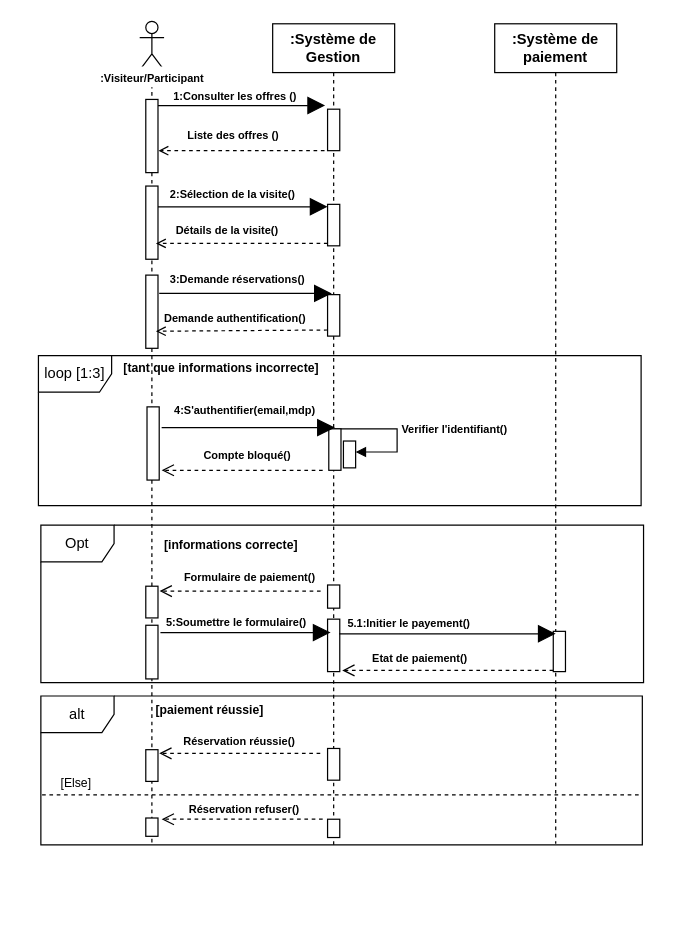
Above: Diagramme sans nom.drawio in louis-fresnel99/TpGasaL1 (draw.io), before the change. Source tidied: cells renumbered, new cells numbered last; positions are measured from the earlier drawing's top-left corner, leaving out a move shared by most shapes. Both pictures are drawn from the tidied source at 122%, with x=0, y=0 at pixel (38, 21).
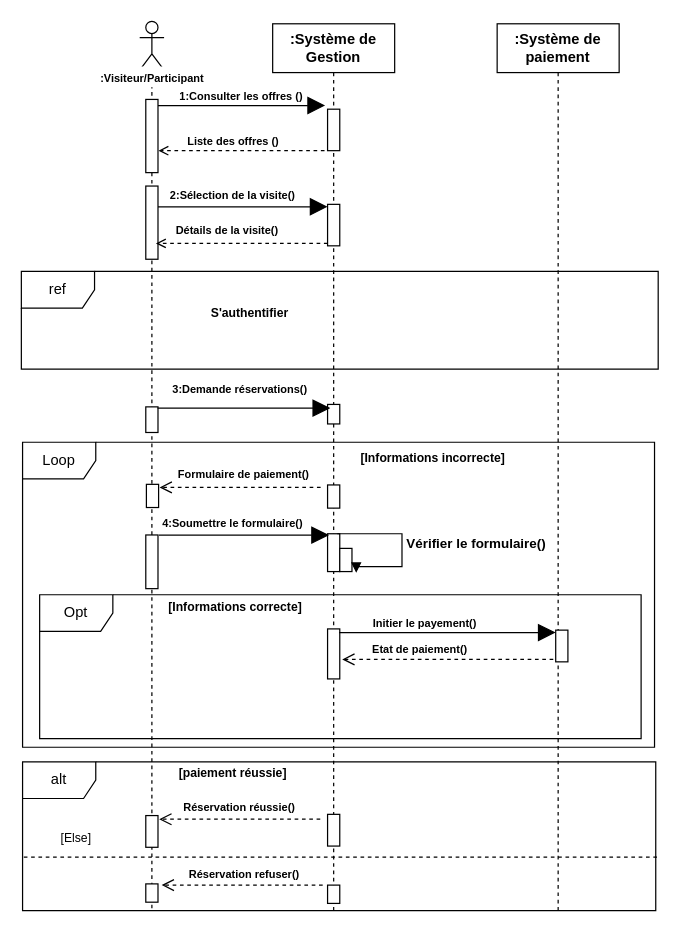
The same diagram, later.

Commit message (it also covers changes not shown here):
Mettre à jour Diagramme sans nom.drawio

The edit, as a diff of the source:
```diff
@@
     <mxCell id="2" value="&lt;b&gt;:Système de Gestion&lt;/b&gt;" style="shape=umlLifeline;perimeter=lifelinePerimeter;whiteSpace=wrap;html=1;newEdgeStyle={&quot;edgeStyle&quot;:&quot;elbowEdgeStyle&quot;,&quot;elbow&quot;:&quot;vertical&quot;,&quot;curved&quot;:0,&quot;rounded&quot;:0};fillColor=light-dark(#FFFFFF, #ffffff);strokeColor=light-dark(#000000,#000000);labelBackgroundColor=none;fontColor=light-dark(#000000,#000000);" parent="1" vertex="1">
-      <mxGeometry x="192" y="2" width="100" height="674" as="geometry" />
+      <mxGeometry x="192" y="2" width="100" height="728" as="geometry" />
     </mxCell>
@@
     <mxCell id="5" style="html=1;points=[[0,0,0,0,5],[0,1,0,0,-5],[1,0,0,0,5],[1,1,0,0,-5]];perimeter=orthogonalPerimeter;outlineConnect=0;targetShapes=umlLifeline;portConstraint=eastwest;newEdgeStyle={&quot;curved&quot;:0,&quot;rounded&quot;:0};fillColor=light-dark(#FFFFFF,#FFFFFF);strokeColor=light-dark(#000000,#000000);" parent="2" vertex="1">
-      <mxGeometry x="45" y="222" width="10" height="34" as="geometry" />
+      <mxGeometry x="45" y="378" width="10" height="19" as="geometry" />
     </mxCell>
-    <mxCell id="6" style="html=1;perimeter=orthogonalPerimeter;targetShapes=umlLifeline;newEdgeStyle={&quot;curved&quot;:0,&quot;rounded&quot;:0};fillColor=light-dark(#FFFFFF,#FFFFFF);strokeColor=light-dark(#000000,#000000);" parent="2" vertex="1">
-      <mxGeometry x="45" y="460" width="10" height="19" as="geometry" />
-    </mxCell>
     <mxCell id="7" style="html=1;perimeter=orthogonalPerimeter;targetShapes=umlLifeline;newEdgeStyle={&quot;curved&quot;:0,&quot;rounded&quot;:0};fillColor=light-dark(#FFFFFF,#FFFFFF);strokeColor=light-dark(#000000,#000000);" parent="2" vertex="1">
-      <mxGeometry x="45" y="488" width="10" height="43" as="geometry" />
+      <mxGeometry x="45" y="418" width="10" height="31" as="geometry" />
     </mxCell>
-    <mxCell id="8" style="html=1;perimeter=orthogonalPerimeter;targetShapes=umlLifeline;newEdgeStyle={&quot;curved&quot;:0,&quot;rounded&quot;:0};" parent="2" vertex="1">
-      <mxGeometry x="58" y="342" width="10" height="22" as="geometry" />
-    </mxCell>
-    <mxCell id="9" value="&lt;font style=&quot;font-size: 9px;&quot;&gt;&lt;b&gt;Verifier l'identifiant()&lt;/b&gt;&lt;/font&gt;" style="html=1;align=left;spacingLeft=2;endArrow=block;rounded=0;edgeStyle=orthogonalEdgeStyle;curved=0;rounded=0;" parent="2" edge="1">
-      <mxGeometry relative="1" as="geometry">
-        <mxPoint x="50.1" y="332" as="sourcePoint" />
-        <mxPoint x="68" y="351" as="targetPoint" />
-        <Array as="points">
-          <mxPoint x="102" y="332" />
-          <mxPoint x="102" y="351" />
-        </Array>
-      </mxGeometry>
-    </mxCell>
     <mxCell id="10" style="html=1;perimeter=orthogonalPerimeter;targetShapes=umlLifeline;newEdgeStyle={&quot;curved&quot;:0,&quot;rounded&quot;:0};fillColor=light-dark(#FFFFFF,#FFFFFF);strokeColor=light-dark(#000000,#000000);" parent="2" vertex="1">
-      <mxGeometry x="45" y="594" width="10" height="26" as="geometry" />
+      <mxGeometry x="45" y="648" width="10" height="26" as="geometry" />
     </mxCell>
     <mxCell id="11" style="html=1;perimeter=orthogonalPerimeter;targetShapes=umlLifeline;newEdgeStyle={&quot;curved&quot;:0,&quot;rounded&quot;:0};fillColor=light-dark(#FFFFFF,#FFFFFF);strokeColor=light-dark(#000000,#000000);" parent="2" vertex="1">
-      <mxGeometry x="45" y="652" width="10" height="15" as="geometry" />
+      <mxGeometry x="45" y="706" width="10" height="15" as="geometry" />
     </mxCell>
-    <mxCell id="12" value="Opt" style="shape=umlFrame;whiteSpace=wrap;html=1;labelBorderColor=none;fillColor=light-dark(#FFFFFF,#FFFFFF);fontColor=light-dark(#000000,#000000);strokeColor=light-dark(#000000,#000000);" parent="1" vertex="1">
-      <mxGeometry x="2" y="413" width="494" height="129" as="geometry" />
-    </mxCell>
+    <mxCell id="6" style="html=1;perimeter=orthogonalPerimeter;targetShapes=umlLifeline;newEdgeStyle={&quot;curved&quot;:0,&quot;rounded&quot;:0};fillColor=light-dark(#FFFFFF,#FFFFFF);strokeColor=light-dark(#000000,#000000);" parent="2" vertex="1">
+      <mxGeometry x="55" y="430" width="10" height="19" as="geometry" />
+    </mxCell>
+    <mxCell id="17" style="html=1;perimeter=orthogonalPerimeter;targetShapes=umlLifeline;newEdgeStyle={&quot;curved&quot;:0,&quot;rounded&quot;:0};fillColor=light-dark(#FFFFFF,#FFFFFF);strokeColor=light-dark(#000000,#000000);" parent="2" vertex="1">
+      <mxGeometry x="45" y="496" width="10" height="41" as="geometry" />
+    </mxCell>
+    <mxCell id="61" style="html=1;perimeter=orthogonalPerimeter;targetShapes=umlLifeline;newEdgeStyle={&quot;curved&quot;:0,&quot;rounded&quot;:0};fillColor=light-dark(#FFFFFF,#FFFFFF);strokeColor=light-dark(#000000,#000000);" parent="2" vertex="1">
+      <mxGeometry x="45" y="312" width="10" height="16" as="geometry" />
+    </mxCell>
     <mxCell id="13" style="shape=umlLifeline;perimeter=lifelinePerimeter;whiteSpace=wrap;html=1;newEdgeStyle={&quot;curved&quot;:0,&quot;rounded&quot;:0};participant=umlActor;fillColor=light-dark(#FFFFFF,#000000);strokeColor=light-dark(#000000,#000000);" parent="1" vertex="1">
-      <mxGeometry x="83" width="20" height="674" as="geometry" />
+      <mxGeometry x="83" width="20" height="729" as="geometry" />
     </mxCell>
@@
     <mxCell id="16" style="html=1;perimeter=orthogonalPerimeter;targetShapes=umlLifeline;newEdgeStyle={&quot;curved&quot;:0,&quot;rounded&quot;:0};fillColor=light-dark(#FFFFFF,#FFFFFF);strokeColor=light-dark(#000000,#000000);" parent="13" vertex="1">
-      <mxGeometry x="5" y="208" width="10" height="60" as="geometry" />
+      <mxGeometry x="5" y="316" width="10" height="21" as="geometry" />
     </mxCell>
-    <mxCell id="17" style="html=1;perimeter=orthogonalPerimeter;targetShapes=umlLifeline;newEdgeStyle={&quot;curved&quot;:0,&quot;rounded&quot;:0};fillColor=light-dark(#FFFFFF,#FFFFFF);strokeColor=light-dark(#000000,#000000);" parent="13" vertex="1">
-      <mxGeometry x="5" y="463" width="10" height="26" as="geometry" />
-    </mxCell>
     <mxCell id="18" style="html=1;perimeter=orthogonalPerimeter;targetShapes=umlLifeline;newEdgeStyle={&quot;curved&quot;:0,&quot;rounded&quot;:0};fillColor=light-dark(#FFFFFF,#FFFFFF);strokeColor=light-dark(#000000,#000000);" parent="13" vertex="1">
-      <mxGeometry x="5" y="495" width="10" height="44" as="geometry" />
+      <mxGeometry x="5" y="421" width="10" height="44" as="geometry" />
     </mxCell>
     <mxCell id="19" style="html=1;perimeter=orthogonalPerimeter;targetShapes=umlLifeline;newEdgeStyle={&quot;curved&quot;:0,&quot;rounded&quot;:0};fillColor=light-dark(#FFFFFF,#FFFFFF);strokeColor=light-dark(#000000,#000000);" parent="13" vertex="1">
-      <mxGeometry x="5" y="597" width="10" height="26" as="geometry" />
+      <mxGeometry x="5" y="651" width="10" height="26" as="geometry" />
     </mxCell>
@@
     <mxCell id="21" value="&lt;b&gt;:Système de paiement&lt;/b&gt;" style="shape=umlLifeline;perimeter=lifelinePerimeter;whiteSpace=wrap;html=1;newEdgeStyle={&quot;curved&quot;:0,&quot;rounded&quot;:0};fillColor=light-dark(#FFFFFF,#FFFFFF);fontColor=light-dark(#000000,#000000);strokeColor=light-dark(#000000,#000000);" parent="1" vertex="1">
-      <mxGeometry x="374" y="2" width="100" height="672" as="geometry" />
+      <mxGeometry x="376" y="2" width="100" height="727" as="geometry" />
     </mxCell>
     <mxCell id="22" style="html=1;perimeter=orthogonalPerimeter;targetShapes=umlLifeline;newEdgeStyle={&quot;curved&quot;:0,&quot;rounded&quot;:0};fillColor=light-dark(#FFFFFF,#FFFFFF);strokeColor=light-dark(#000000,#000000);" parent="21" vertex="1">
-      <mxGeometry x="48" y="498" width="10" height="33" as="geometry" />
+      <mxGeometry x="48" y="497" width="10" height="26" as="geometry" />
     </mxCell>
     <mxCell id="23" value="&lt;font style=&quot;color: light-dark(rgb(0, 0, 0), rgb(0, 0, 0)); font-size: 9px;&quot;&gt;&lt;b style=&quot;&quot;&gt;1:Consulter les offres ()&lt;/b&gt;&lt;/font&gt;" style="text;html=1;align=center;verticalAlign=middle;whiteSpace=wrap;rounded=0;" parent="1" vertex="1">
-      <mxGeometry x="97" y="50" width="129" height="22" as="geometry" />
+      <mxGeometry x="102" y="50" width="129" height="22" as="geometry" />
     </mxCell>
@@
     <mxCell id="25" value="&lt;font style=&quot;color: light-dark(rgb(0, 0, 0), rgb(0, 0, 0)); font-size: 9px;&quot;&gt;&lt;b style=&quot;&quot;&gt;Liste des offres ()&lt;/b&gt;&lt;/font&gt;" style="text;html=1;align=center;verticalAlign=middle;whiteSpace=wrap;rounded=0;" parent="1" vertex="1">
-      <mxGeometry x="101" y="82" width="118" height="22" as="geometry" />
+      <mxGeometry x="101" y="87" width="118" height="22" as="geometry" />
     </mxCell>
@@
     <mxCell id="27" value="&lt;font style=&quot;color: light-dark(rgb(0, 0, 0), rgb(0, 0, 0)); font-size: 9px;&quot;&gt;&lt;b&gt;2:&lt;/b&gt;&lt;b style=&quot;&quot;&gt;Sélection de la visite()&lt;/b&gt;&lt;/font&gt;" style="text;html=1;align=center;verticalAlign=middle;whiteSpace=wrap;rounded=0;" parent="1" vertex="1">
-      <mxGeometry x="101.9" y="132" width="114.7" height="17" as="geometry" />
+      <mxGeometry x="101.9" y="133" width="114.7" height="17" as="geometry" />
     </mxCell>
@@
     <mxCell id="30" style="endArrow=block;endFill=1;endSize=12;html=1;rounded=0;strokeColor=light-dark(#000000,#000000);" parent="1" edge="1">
       <mxGeometry relative="1" as="geometry">
-        <mxPoint x="99" y="223" as="sourcePoint" />
-        <mxPoint x="240.5" y="223" as="targetPoint" />
+        <mxPoint x="97.7" y="317" as="sourcePoint" />
+        <mxPoint x="239.2" y="317" as="targetPoint" />
       </mxGeometry>
     </mxCell>
     <mxCell id="31" value="&lt;font style=&quot;color: light-dark(rgb(0, 0, 0), rgb(0, 0, 0)); font-size: 9px;&quot;&gt;&lt;b style=&quot;&quot;&gt;3:Demande réservations()&lt;/b&gt;&lt;/font&gt;" style="text;html=1;align=center;verticalAlign=middle;whiteSpace=wrap;rounded=0;" parent="1" vertex="1">
-      <mxGeometry x="99.3" y="202" width="129" height="18" as="geometry" />
+      <mxGeometry x="100.6" y="292" width="129" height="18" as="geometry" />
     </mxCell>
-    <mxCell id="32" style="endArrow=open;html=1;rounded=0;strokeColor=light-dark(#000000,#000000);dashed=1;strokeWidth=1;endFill=0;entryX=0;entryY=1;entryDx=0;entryDy=0;exitX=0;exitY=1;exitDx=0;exitDy=-5;exitPerimeter=0;" parent="1" edge="1" source="5" target="33">
-      <mxGeometry relative="1" as="geometry" />
-    </mxCell>
-    <mxCell id="33" value="&lt;font style=&quot;color: light-dark(rgb(0, 0, 0), rgb(0, 0, 0)); font-size: 9px;&quot;&gt;&lt;b style=&quot;&quot;&gt;Demande authentification()&lt;/b&gt;&lt;/font&gt;" style="text;html=1;align=center;verticalAlign=middle;whiteSpace=wrap;rounded=0;" parent="1" vertex="1">
-      <mxGeometry x="96.3" y="232" width="130.7" height="22" as="geometry" />
-    </mxCell>
-    <mxCell id="34" style="html=1;perimeter=orthogonalPerimeter;targetShapes=umlLifeline;newEdgeStyle={&quot;curved&quot;:0,&quot;rounded&quot;:0};fillColor=light-dark(#FFFFFF,#FFFFFF);strokeColor=light-dark(#000000,#000000);" parent="1" vertex="1">
-      <mxGeometry x="238" y="334" width="10" height="34" as="geometry" />
-    </mxCell>
-    <mxCell id="35" style="html=1;perimeter=orthogonalPerimeter;targetShapes=umlLifeline;newEdgeStyle={&quot;curved&quot;:0,&quot;rounded&quot;:0};fillColor=light-dark(#FFFFFF,#FFFFFF);strokeColor=light-dark(#000000,#000000);" parent="1" vertex="1">
-      <mxGeometry x="89" y="316" width="10" height="60" as="geometry" />
-    </mxCell>
-    <mxCell id="36" style="endArrow=block;endFill=1;endSize=12;html=1;rounded=0;strokeColor=light-dark(#000000,#000000);" parent="1" edge="1">
-      <mxGeometry relative="1" as="geometry">
-        <mxPoint x="101" y="333" as="sourcePoint" />
-        <mxPoint x="243" y="333" as="targetPoint" />
-      </mxGeometry>
-    </mxCell>
-    <mxCell id="37" value="&lt;b style=&quot;font-size: 10px;&quot;&gt;[informations correcte]&amp;nbsp;&lt;/b&gt;" style="text;html=1;align=center;verticalAlign=middle;whiteSpace=wrap;rounded=0;" parent="1" vertex="1">
-      <mxGeometry x="91.3" y="414" width="137" height="30" as="geometry" />
-    </mxCell>
     <mxCell id="38" value="&lt;font style=&quot;color: light-dark(rgb(0, 0, 0), rgb(0, 0, 0)); font-size: 9px;&quot;&gt;&lt;b&gt;Formulaire de paiement()&lt;/b&gt;&lt;/font&gt;" style="text;html=1;align=center;verticalAlign=middle;whiteSpace=wrap;rounded=0;" parent="1" vertex="1">
-      <mxGeometry x="115.9" y="446" width="115.1" height="17" as="geometry" />
+      <mxGeometry x="110.9" y="362" width="115.1" height="17" as="geometry" />
     </mxCell>
     <mxCell id="39" style="endArrow=block;endFill=1;endSize=12;html=1;rounded=0;strokeColor=light-dark(#000000,#000000);" parent="1" edge="1">
       <mxGeometry relative="1" as="geometry">
-        <mxPoint x="100" y="501" as="sourcePoint" />
-        <mxPoint x="239.5" y="501" as="targetPoint" />
+        <mxPoint x="98.7" y="421.1" as="sourcePoint" />
+        <mxPoint x="238.2" y="421.1" as="targetPoint" />
       </mxGeometry>
     </mxCell>
-    <mxCell id="40" value="&lt;font style=&quot;color: light-dark(rgb(0, 0, 0), rgb(0, 0, 0));&quot;&gt;&lt;b&gt;5:Soumettre le formulaire()&lt;/b&gt;&lt;/font&gt;" style="text;html=1;align=center;verticalAlign=middle;whiteSpace=wrap;rounded=0;fontSize=9;" parent="1" vertex="1">
-      <mxGeometry x="99.3" y="485" width="126.7" height="16" as="geometry" />
+    <mxCell id="40" value="&lt;font style=&quot;color: light-dark(rgb(0, 0, 0), rgb(0, 0, 0));&quot;&gt;&lt;b&gt;4:Soumettre le formulaire()&lt;/b&gt;&lt;/font&gt;" style="text;html=1;align=center;verticalAlign=middle;whiteSpace=wrap;rounded=0;fontSize=9;" parent="1" vertex="1">
+      <mxGeometry x="96.4" y="404" width="126.7" height="16" as="geometry" />
     </mxCell>
     <mxCell id="41" style="endArrow=block;endFill=1;endSize=12;html=1;rounded=0;strokeColor=light-dark(#000000,#000000);" parent="1" edge="1">
       <mxGeometry relative="1" as="geometry">
-        <mxPoint x="246.5" y="502" as="sourcePoint" />
-        <mxPoint x="424" y="502" as="targetPoint" />
+        <mxPoint x="246.5" y="501" as="sourcePoint" />
+        <mxPoint x="424" y="501" as="targetPoint" />
       </mxGeometry>
     </mxCell>
-    <mxCell id="42" value="&lt;font style=&quot;color: light-dark(rgb(0, 0, 0), rgb(0, 0, 0)); font-size: 9px;&quot;&gt;&lt;b&gt;5.1:Initier le payement()&lt;/b&gt;&lt;/font&gt;" style="text;html=1;align=center;verticalAlign=middle;whiteSpace=wrap;rounded=0;" parent="1" vertex="1">
-      <mxGeometry x="246.8" y="484" width="114" height="17" as="geometry" />
+    <mxCell id="42" value="&lt;font style=&quot;color: light-dark(rgb(0, 0, 0), rgb(0, 0, 0)); font-size: 9px;&quot;&gt;&lt;b&gt;Initier le payement()&lt;/b&gt;&lt;/font&gt;" style="text;html=1;align=center;verticalAlign=middle;whiteSpace=wrap;rounded=0;" parent="1" vertex="1">
+      <mxGeometry x="260" y="484" width="114" height="17" as="geometry" />
     </mxCell>
     <mxCell id="43" style="html=1;verticalAlign=bottom;endArrow=open;dashed=1;endSize=8;curved=0;rounded=0;strokeColor=light-dark(#000000,#000000);" parent="1" edge="1">
       <mxGeometry relative="1" as="geometry">
-        <mxPoint x="422" y="532" as="sourcePoint" />
-        <mxPoint x="249" y="532" as="targetPoint" />
+        <mxPoint x="422" y="523" as="sourcePoint" />
+        <mxPoint x="249" y="523" as="targetPoint" />
       </mxGeometry>
     </mxCell>
     <mxCell id="44" value="&lt;font style=&quot;color: light-dark(rgb(0, 0, 0), rgb(0, 0, 0)); font-size: 9px;&quot;&gt;&lt;b&gt;Etat de paiement()&lt;/b&gt;&lt;/font&gt;" style="text;html=1;align=center;verticalAlign=middle;whiteSpace=wrap;rounded=0;" parent="1" vertex="1">
-      <mxGeometry x="266.4" y="513" width="94.4" height="17" as="geometry" />
+      <mxGeometry x="266.4" y="505" width="94.4" height="17" as="geometry" />
     </mxCell>
@@
-    <mxCell id="46" value="&lt;font style=&quot;color: light-dark(rgb(0, 0, 0), rgb(0, 0, 0)); font-size: 9px;&quot;&gt;&lt;b style=&quot;&quot;&gt;4:S'authentifier(email,mdp)&lt;/b&gt;&lt;/font&gt;" style="text;html=1;align=center;verticalAlign=middle;whiteSpace=wrap;rounded=0;" parent="1" vertex="1">
-      <mxGeometry x="104.2" y="307" width="130.7" height="22" as="geometry" />
-    </mxCell>
     <mxCell id="47" value="alt" style="shape=umlFrame;whiteSpace=wrap;html=1;" parent="1" vertex="1">
-      <mxGeometry x="2" y="553" width="493" height="122" as="geometry" />
+      <mxGeometry x="-13" y="607" width="519" height="122" as="geometry" />
     </mxCell>
     <mxCell id="48" value="&lt;font style=&quot;color: light-dark(rgb(0, 0, 0), rgb(0, 0, 0)); font-size: 10px;&quot;&gt;&lt;b&gt;[paiement réussie]&amp;nbsp;&lt;/b&gt;&lt;/font&gt;" style="text;html=1;align=center;verticalAlign=middle;whiteSpace=wrap;rounded=0;" parent="1" vertex="1">
-      <mxGeometry x="81" y="549" width="122" height="30" as="geometry" />
+      <mxGeometry x="100" y="601" width="122" height="30" as="geometry" />
     </mxCell>
     <mxCell id="49" style="html=1;verticalAlign=bottom;endArrow=open;dashed=1;endSize=8;curved=0;rounded=0;strokeColor=light-dark(#000000,#000000);" parent="1" edge="1">
       <mxGeometry relative="1" as="geometry">
-        <mxPoint x="231" y="600" as="sourcePoint" />
-        <mxPoint x="99" y="600" as="targetPoint" />
+        <mxPoint x="231" y="654" as="sourcePoint" />
+        <mxPoint x="99" y="654" as="targetPoint" />
       </mxGeometry>
     </mxCell>
     <mxCell id="50" value="&lt;font style=&quot;color: light-dark(rgb(0, 0, 0), rgb(0, 0, 0)); font-size: 9px;&quot;&gt;&lt;b&gt;Réservation réussie()&lt;/b&gt;&lt;/font&gt;" style="text;html=1;align=center;verticalAlign=middle;whiteSpace=wrap;rounded=0;" parent="1" vertex="1">
-      <mxGeometry x="117.9" y="581" width="94.4" height="17" as="geometry" />
+      <mxGeometry x="117.9" y="635" width="94.4" height="17" as="geometry" />
     </mxCell>
     <mxCell id="51" style="line;strokeWidth=1;fillColor=none;align=left;verticalAlign=middle;spacingTop=-1;spacingLeft=3;spacingRight=3;labelPosition=right;strokeColor=light-dark(#000000,#000000);dashed=1;" parent="1" vertex="1">
-      <mxGeometry x="3" y="630" width="490" height="8" as="geometry" />
+      <mxGeometry x="-12" y="681" width="519" height="8" as="geometry" />
     </mxCell>
     <mxCell id="52" value="&lt;font style=&quot;color: light-dark(rgb(0, 0, 0), rgb(0, 0, 0)); font-size: 10px;&quot;&gt;[Else]&amp;nbsp;&lt;/font&gt;" style="text;html=1;align=center;verticalAlign=middle;whiteSpace=wrap;rounded=0;" parent="1" vertex="1">
-      <mxGeometry x="9" y="614" width="47" height="19" as="geometry" />
+      <mxGeometry x="9" y="659" width="47" height="19" as="geometry" />
     </mxCell>
     <mxCell id="53" style="html=1;verticalAlign=bottom;endArrow=open;dashed=1;endSize=8;curved=0;rounded=0;strokeColor=light-dark(#000000,#000000);" parent="1" edge="1">
       <mxGeometry relative="1" as="geometry">
-        <mxPoint x="233" y="654" as="sourcePoint" />
-        <mxPoint x="101" y="654" as="targetPoint" />
+        <mxPoint x="233" y="708" as="sourcePoint" />
+        <mxPoint x="101" y="708" as="targetPoint" />
       </mxGeometry>
     </mxCell>
     <mxCell id="54" value="&lt;font style=&quot;color: light-dark(rgb(0, 0, 0), rgb(0, 0, 0)); font-size: 9px;&quot;&gt;&lt;b&gt;Réservation refuser()&lt;/b&gt;&lt;/font&gt;" style="text;html=1;align=center;verticalAlign=middle;whiteSpace=wrap;rounded=0;" parent="1" vertex="1">
-      <mxGeometry x="115.9" y="636" width="106.1" height="17" as="geometry" />
+      <mxGeometry x="115.9" y="690" width="106.1" height="17" as="geometry" />
     </mxCell>
     <mxCell id="55" style="html=1;perimeter=orthogonalPerimeter;targetShapes=umlLifeline;newEdgeStyle={&quot;curved&quot;:0,&quot;rounded&quot;:0};fillColor=light-dark(#FFFFFF,#FFFFFF);strokeColor=light-dark(#000000,#000000);" parent="1" vertex="1">
-      <mxGeometry x="88" y="653" width="10" height="15" as="geometry" />
+      <mxGeometry x="88" y="707" width="10" height="15" as="geometry" />
     </mxCell>
-    <mxCell id="56" value="loop [1:3]" style="shape=umlFrame;whiteSpace=wrap;html=1;" parent="1" vertex="1">
-      <mxGeometry y="274" width="494" height="123" as="geometry" />
+    <mxCell id="56" value="ref" style="shape=umlFrame;whiteSpace=wrap;html=1;" parent="1" vertex="1">
+      <mxGeometry x="-14" y="205" width="522" height="80" as="geometry" />
     </mxCell>
-    <mxCell id="57" value="&lt;font style=&quot;color: light-dark(rgb(0, 0, 0), rgb(0, 0, 0)); font-size: 10px;&quot;&gt;&lt;b&gt;[tant que informations incorrecte]&amp;nbsp;&lt;/b&gt;&lt;/font&gt;" style="text;html=1;align=center;verticalAlign=middle;whiteSpace=wrap;rounded=0;" parent="1" vertex="1">
-      <mxGeometry x="54.7" y="269" width="193" height="30" as="geometry" />
-    </mxCell>
-    <mxCell id="58" style="html=1;verticalAlign=bottom;endArrow=open;dashed=1;endSize=8;curved=0;rounded=0;strokeColor=light-dark(#000000,#000000);" parent="1" edge="1">
-      <mxGeometry relative="1" as="geometry">
-        <mxPoint x="233" y="368" as="sourcePoint" />
-        <mxPoint x="101" y="368" as="targetPoint" />
-      </mxGeometry>
-    </mxCell>
     <mxCell id="59" style="html=1;verticalAlign=bottom;endArrow=open;dashed=1;endSize=8;curved=0;rounded=0;strokeColor=light-dark(#000000,#000000);" parent="1" edge="1">
       <mxGeometry relative="1" as="geometry">
-        <mxPoint x="231.3" y="467" as="sourcePoint" />
-        <mxPoint x="99.3" y="467" as="targetPoint" />
+        <mxPoint x="231.3" y="382" as="sourcePoint" />
+        <mxPoint x="99.3" y="382" as="targetPoint" />
       </mxGeometry>
     </mxCell>
-    <mxCell id="60" value="&lt;font style=&quot;color: light-dark(rgb(0, 0, 0), rgb(0, 0, 0)); font-size: 9px;&quot;&gt;&lt;b&gt;Compte bloqué()&lt;/b&gt;&lt;/font&gt;" style="text;html=1;align=center;verticalAlign=middle;whiteSpace=wrap;rounded=0;" parent="1" vertex="1">
-      <mxGeometry x="117.9" y="346" width="107.4" height="17" as="geometry" />
-    </mxCell>
+    <mxCell id="62" value="&lt;b style=&quot;font-size: 10px;&quot;&gt;S'authentifier&lt;/b&gt;" style="text;html=1;align=center;verticalAlign=middle;whiteSpace=wrap;rounded=0;" parent="1" vertex="1">
+      <mxGeometry x="105" y="224" width="137" height="30" as="geometry" />
+    </mxCell>
+    <mxCell id="63" value="&lt;b&gt;Vérifier le formulaire()&lt;/b&gt;" style="html=1;align=left;spacingLeft=2;endArrow=block;rounded=0;edgeStyle=orthogonalEdgeStyle;curved=0;rounded=0;" parent="1" edge="1">
+      <mxGeometry relative="1" as="geometry">
+        <mxPoint x="245" y="420" as="sourcePoint" />
+        <mxPoint x="260.5" y="452" as="targetPoint" />
+        <Array as="points">
+          <mxPoint x="298" y="420" />
+          <mxPoint x="298" y="447" />
+          <mxPoint x="261" y="447" />
+        </Array>
+      </mxGeometry>
+    </mxCell>
+    <mxCell id="12" value="Opt" style="shape=umlFrame;whiteSpace=wrap;html=1;" parent="1" vertex="1">
+      <mxGeometry x="1" y="470" width="493" height="118" as="geometry" />
+    </mxCell>
+    <mxCell id="64" value="&lt;font style=&quot;color: light-dark(rgb(0, 0, 0), rgb(0, 0, 0)); font-size: 10px;&quot;&gt;&lt;b&gt;[Informations correcte]&amp;nbsp;&lt;/b&gt;&lt;/font&gt;" style="text;html=1;align=center;verticalAlign=middle;whiteSpace=wrap;rounded=0;" parent="1" vertex="1">
+      <mxGeometry x="101.9" y="465" width="122" height="30" as="geometry" />
+    </mxCell>
+    <mxCell id="65" value="Loop" style="shape=umlFrame;whiteSpace=wrap;html=1;" parent="1" vertex="1">
+      <mxGeometry x="-13" y="345" width="518" height="250" as="geometry" />
+    </mxCell>
+    <mxCell id="66" value="&lt;font style=&quot;color: light-dark(rgb(0, 0, 0), rgb(0, 0, 0)); font-size: 10px;&quot;&gt;&lt;b&gt;[Informations incorrecte]&amp;nbsp;&lt;/b&gt;&lt;/font&gt;" style="text;html=1;align=center;verticalAlign=middle;whiteSpace=wrap;rounded=0;" parent="1" vertex="1">
+      <mxGeometry x="260" y="343" width="130" height="30" as="geometry" />
+    </mxCell>
+    <mxCell id="67" style="html=1;perimeter=orthogonalPerimeter;targetShapes=umlLifeline;newEdgeStyle={&quot;curved&quot;:0,&quot;rounded&quot;:0};fillColor=light-dark(#FFFFFF,#FFFFFF);strokeColor=light-dark(#000000,#000000);" parent="1" vertex="1">
+      <mxGeometry x="88.5" y="379.5" width="10" height="19" as="geometry" />
+    </mxCell>
```
